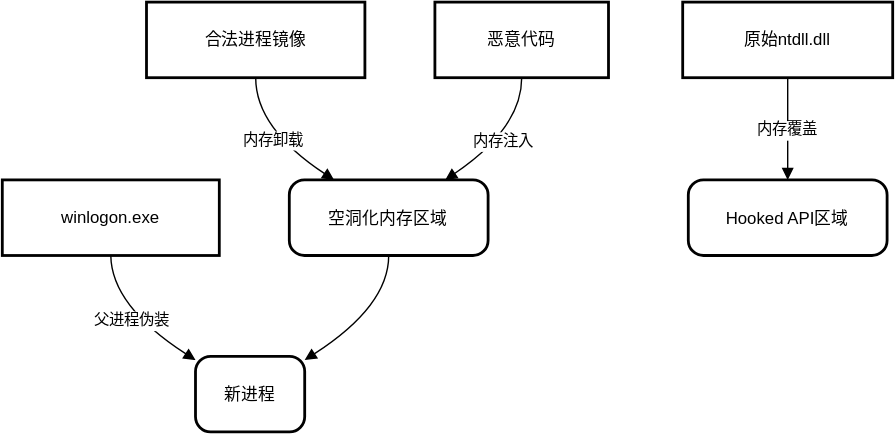
firfisa/remote_blog keeps this draw.io diagram as 图标暂存/未命名绘图.drawio.svg. Above is the earlier version. Source tidied: cells renumbered, new cells last; positions are measured from the earlier drawing's top-left corner, leaving out a move shared by most shapes.
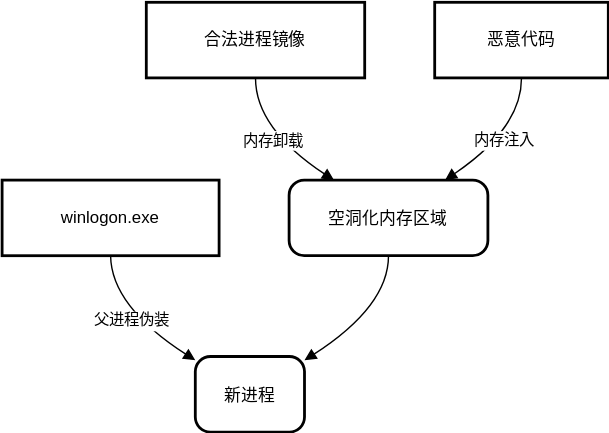
After the change.

Commit message:
更新未命名绘图.drawio.svg

Diff of the diagram source:
```diff
@@ -17,12 +17,6 @@
     <mxCell id="6" value="新进程" style="rounded=1;arcSize=20;strokeWidth=2;" parent="1" vertex="1">
       <mxGeometry x="138" y="253" width="78" height="54" as="geometry" />
     </mxCell>
-    <mxCell id="7" value="原始ntdll.dll" style="whiteSpace=wrap;strokeWidth=2;" parent="1" vertex="1">
-      <mxGeometry x="486" width="150" height="54" as="geometry" />
-    </mxCell>
-    <mxCell id="8" value="Hooked API区域" style="rounded=1;arcSize=20;strokeWidth=2;" parent="1" vertex="1">
-      <mxGeometry x="490" y="127" width="142" height="54" as="geometry" />
-    </mxCell>
     <mxCell id="9" value="内存卸载" style="curved=1;startArrow=none;endArrow=block;exitX=0.5;exitY=1;entryX=0.22;entryY=-0.01;rounded=0;" parent="1" edge="1" source="2" target="3">
       <mxGeometry relative="1" as="geometry">
         <Array as="points">
@@ -51,8 +45,5 @@
         </Array>
       </mxGeometry>
     </mxCell>
-    <mxCell id="13" value="内存覆盖" style="curved=1;startArrow=none;endArrow=block;exitX=0.5;exitY=1;entryX=0.5;entryY=-0.01;rounded=0;" parent="1" edge="1" source="7" target="8">
-      <mxGeometry relative="1" as="geometry" />
-    </mxCell>
   </root>
 </mxGraphModel>
```
